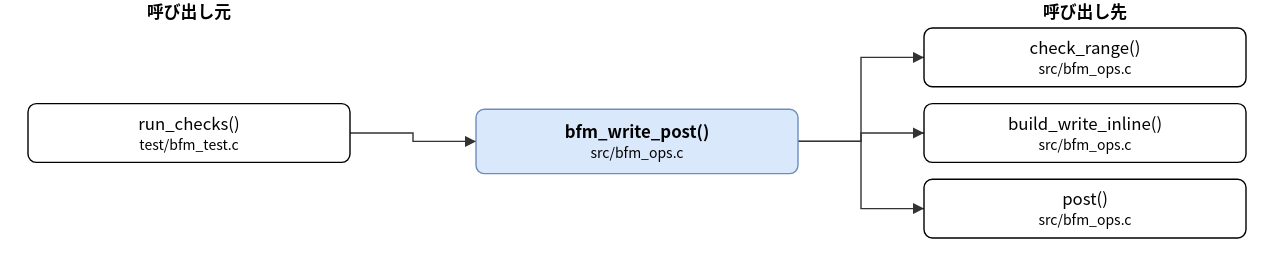
Before: doc/spec/images/call_src_bfm_ops-bfm_write_post.drawio.svg, a diagram exported from draw.io (hf355051012-ai/bfmem). Source tidied: cells renumbered, new cells last; positions are measured from the earlier drawing's top-left corner, leaving out a move shared by most shapes.
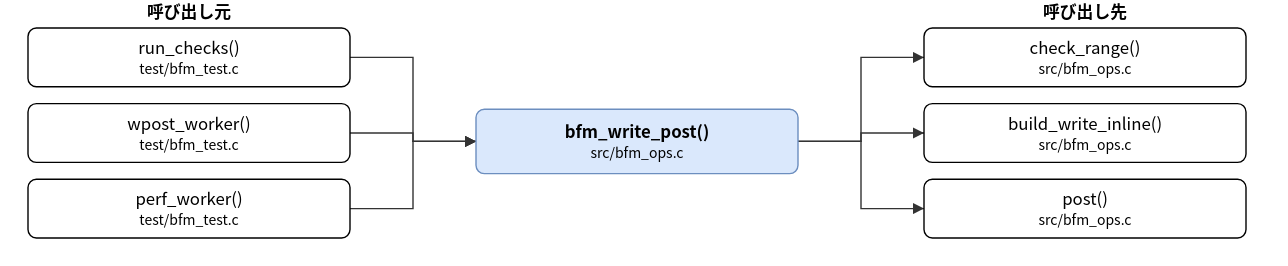
The same file after the commit.

Diff of the diagram source:
```diff
@@ -6,8 +6,14 @@
       <mxGeometry x="320" y="78" width="230" height="46" as="geometry" />
     </mxCell>
     <mxCell id="3" value="run_checks()&lt;br&gt;&lt;font style=&quot;font-size:10px&quot;&gt;test/bfm_test.c&lt;/font&gt;" style="rounded=1;whiteSpace=wrap;html=1;" parent="1" vertex="1">
-      <mxGeometry y="74" width="230" height="42" as="geometry" />
+      <mxGeometry y="20" width="230" height="42" as="geometry" />
     </mxCell>
+    <mxCell id="13" value="wpost_worker()&lt;br&gt;&lt;font style=&quot;font-size:10px&quot;&gt;test/bfm_test.c&lt;/font&gt;" style="rounded=1;whiteSpace=wrap;html=1;" parent="1" vertex="1">
+      <mxGeometry y="74" width="230" height="42" as="geometry" />
+    </mxCell>
+    <mxCell id="14" value="perf_worker()&lt;br&gt;&lt;font style=&quot;font-size:10px&quot;&gt;test/bfm_test.c&lt;/font&gt;" style="rounded=1;whiteSpace=wrap;html=1;" parent="1" vertex="1">
+      <mxGeometry y="128" width="230" height="42" as="geometry" />
+    </mxCell>
     <mxCell id="4" value="check_range()&lt;br&gt;&lt;font style=&quot;font-size:10px&quot;&gt;src/bfm_ops.c&lt;/font&gt;" style="rounded=1;whiteSpace=wrap;html=1;" parent="1" vertex="1">
       <mxGeometry x="640" y="20" width="230" height="42" as="geometry" />
     </mxCell>
@@ -20,35 +26,51 @@
     <mxCell id="7" style="edgeStyle=none;html=1;rounded=0;endArrow=block;endFill=1;exitX=1.0000;exitY=0.5000;exitDx=0;exitDy=0;exitPerimeter=0;entryX=0.0000;entryY=0.5000;entryDx=0;entryDy=0;entryPerimeter=0;" parent="1" edge="1" source="3" target="2">
       <mxGeometry relative="1" as="geometry">
         <Array as="points">
-          <mxPoint x="275" y="95" />
+          <mxPoint x="275" y="41" />
           <mxPoint x="275" y="101" />
         </Array>
       </mxGeometry>
     </mxCell>
-    <mxCell id="8" style="edgeStyle=none;html=1;rounded=0;endArrow=block;endFill=1;exitX=1.0000;exitY=0.5000;exitDx=0;exitDy=0;exitPerimeter=0;entryX=0.0000;entryY=0.5000;entryDx=0;entryDy=0;entryPerimeter=0;" parent="1" edge="1" source="2" target="4">
+    <mxCell id="8" style="edgeStyle=none;html=1;rounded=0;endArrow=block;endFill=1;exitX=1.0000;exitY=0.5000;exitDx=0;exitDy=0;exitPerimeter=0;entryX=0.0000;entryY=0.5000;entryDx=0;entryDy=0;entryPerimeter=0;" parent="1" edge="1" source="13" target="2">
       <mxGeometry relative="1" as="geometry">
         <Array as="points">
-          <mxPoint x="595" y="101" />
-          <mxPoint x="595" y="41" />
+          <mxPoint x="275" y="95" />
+          <mxPoint x="275" y="101" />
         </Array>
       </mxGeometry>
     </mxCell>
-    <mxCell id="9" style="edgeStyle=none;html=1;rounded=0;endArrow=block;endFill=1;exitX=1.0000;exitY=0.5000;exitDx=0;exitDy=0;exitPerimeter=0;entryX=0.0000;entryY=0.5000;entryDx=0;entryDy=0;entryPerimeter=0;" parent="1" edge="1" source="2" target="5">
+    <mxCell id="9" style="edgeStyle=none;html=1;rounded=0;endArrow=block;endFill=1;exitX=1.0000;exitY=0.5000;exitDx=0;exitDy=0;exitPerimeter=0;entryX=0.0000;entryY=0.5000;entryDx=0;entryDy=0;entryPerimeter=0;" parent="1" edge="1" source="14" target="2">
       <mxGeometry relative="1" as="geometry">
         <Array as="points">
-          <mxPoint x="595" y="101" />
-          <mxPoint x="595" y="95" />
+          <mxPoint x="275" y="149" />
+          <mxPoint x="275" y="101" />
         </Array>
       </mxGeometry>
     </mxCell>
-    <mxCell id="10" style="edgeStyle=none;html=1;rounded=0;endArrow=block;endFill=1;exitX=1.0000;exitY=0.5000;exitDx=0;exitDy=0;exitPerimeter=0;entryX=0.0000;entryY=0.5000;entryDx=0;entryDy=0;entryPerimeter=0;" parent="1" edge="1" source="2" target="6">
+    <mxCell id="10" style="edgeStyle=none;html=1;rounded=0;endArrow=block;endFill=1;exitX=1.0000;exitY=0.5000;exitDx=0;exitDy=0;exitPerimeter=0;entryX=0.0000;entryY=0.5000;entryDx=0;entryDy=0;entryPerimeter=0;" parent="1" edge="1" source="2" target="4">
       <mxGeometry relative="1" as="geometry">
         <Array as="points">
           <mxPoint x="595" y="101" />
-          <mxPoint x="595" y="149" />
+          <mxPoint x="595" y="41" />
         </Array>
       </mxGeometry>
     </mxCell>
+    <mxCell id="15" style="edgeStyle=none;html=1;rounded=0;endArrow=block;endFill=1;exitX=1.0000;exitY=0.5000;exitDx=0;exitDy=0;exitPerimeter=0;entryX=0.0000;entryY=0.5000;entryDx=0;entryDy=0;entryPerimeter=0;" parent="1" edge="1" source="2" target="5">
+      <mxGeometry relative="1" as="geometry">
+        <Array as="points">
+          <mxPoint x="595" y="101" />
+          <mxPoint x="595" y="95" />
+        </Array>
+      </mxGeometry>
+    </mxCell>
+    <mxCell id="16" style="edgeStyle=none;html=1;rounded=0;endArrow=block;endFill=1;exitX=1.0000;exitY=0.5000;exitDx=0;exitDy=0;exitPerimeter=0;entryX=0.0000;entryY=0.5000;entryDx=0;entryDy=0;entryPerimeter=0;" parent="1" edge="1" source="2" target="6">
+      <mxGeometry relative="1" as="geometry">
+        <Array as="points">
+          <mxPoint x="595" y="101" />
+          <mxPoint x="595" y="149" />
+        </Array>
+      </mxGeometry>
+    </mxCell>
     <mxCell id="11" value="呼び出し元" style="text;html=1;align=center;fontStyle=1;" parent="1" vertex="1">
       <mxGeometry x="35" width="160" height="18" as="geometry" />
     </mxCell>
```
